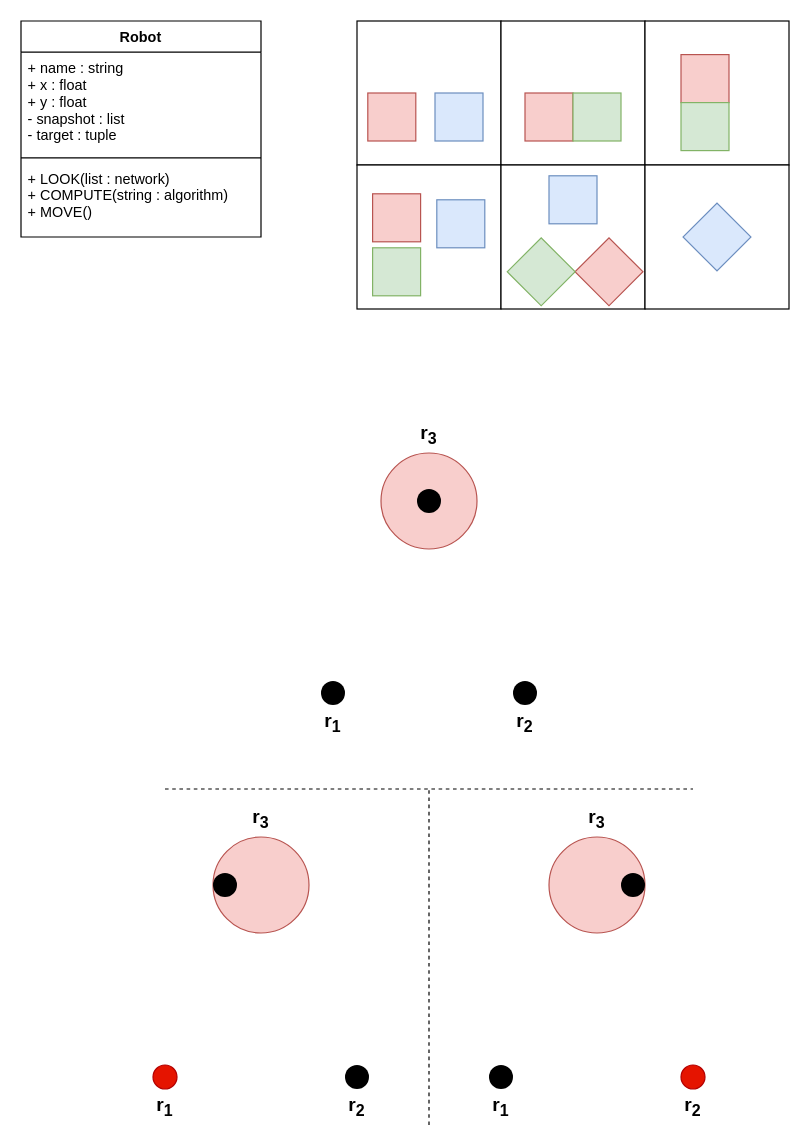
Earlier version of the draw.io diagram Simu1.drawio (UberPanda/Stuff). Source tidied: cells renumbered, new cells numbered last; positions are measured from the earlier drawing's top-left corner, leaving out a move shared by most shapes. Both pictures are drawn from the tidied source at 120%, with x=0, y=0 at pixel (20, 20).
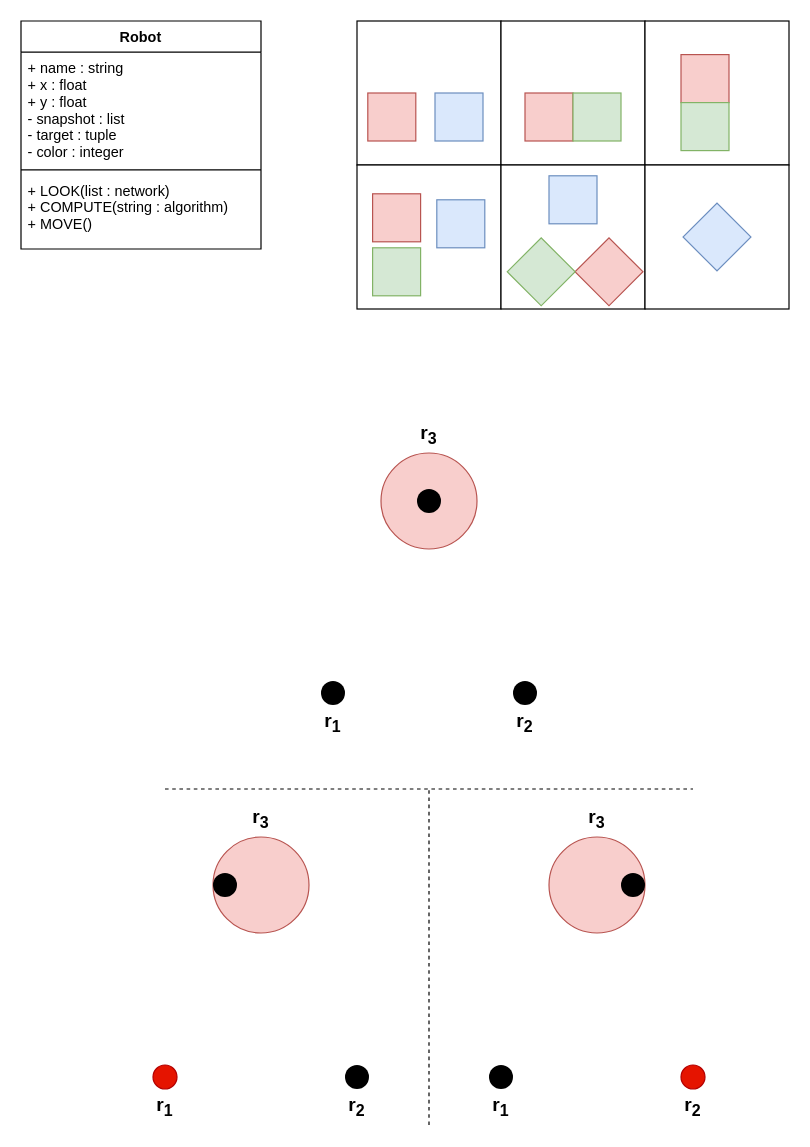
The same page after the edit.

What changed in the source:
```diff
@@
     <mxCell id="2" value="Robot" style="swimlane;fontStyle=1;align=center;verticalAlign=top;horizontal=1;startSize=26;" parent="1" vertex="1">
-      <mxGeometry width="200" height="180" as="geometry" />
+      <mxGeometry width="200" height="190" as="geometry" />
     </mxCell>
-    <mxCell id="3" value="+ name : string&#10;+ x : float&#10;+ y : float&#10;- snapshot : list&#10;- target : tuple&#10;" style="text;strokeColor=none;fillColor=none;align=left;verticalAlign=top;spacingLeft=4;spacingRight=4;overflow=hidden;" parent="2" vertex="1">
-      <mxGeometry y="26" width="200" height="84" as="geometry" />
+    <mxCell id="3" value="+ name : string&#10;+ x : float&#10;+ y : float&#10;- snapshot : list&#10;- target : tuple&#10;- color : integer&#10;&#10;" style="text;strokeColor=none;fillColor=none;align=left;verticalAlign=top;spacingLeft=4;spacingRight=4;overflow=hidden;" parent="2" vertex="1">
+      <mxGeometry y="26" width="200" height="94" as="geometry" />
     </mxCell>
     <mxCell id="4" style="line;strokeWidth=1;fillColor=none;align=left;verticalAlign=middle;spacingTop=-1;spacingLeft=3;spacingRight=3;labelPosition=right;" parent="2" vertex="1">
-      <mxGeometry y="110" width="200" height="8" as="geometry" />
+      <mxGeometry y="120" width="200" height="8" as="geometry" />
     </mxCell>
     <mxCell id="5" value="+ LOOK(list : network)&#10;+ COMPUTE(string : algorithm)&#10;+ MOVE()&#10;" style="text;strokeColor=none;fillColor=none;align=left;verticalAlign=top;spacingLeft=4;spacingRight=4;overflow=hidden;" parent="2" vertex="1">
-      <mxGeometry y="118" width="200" height="62" as="geometry" />
+      <mxGeometry y="128" width="200" height="62" as="geometry" />
     </mxCell>
```
